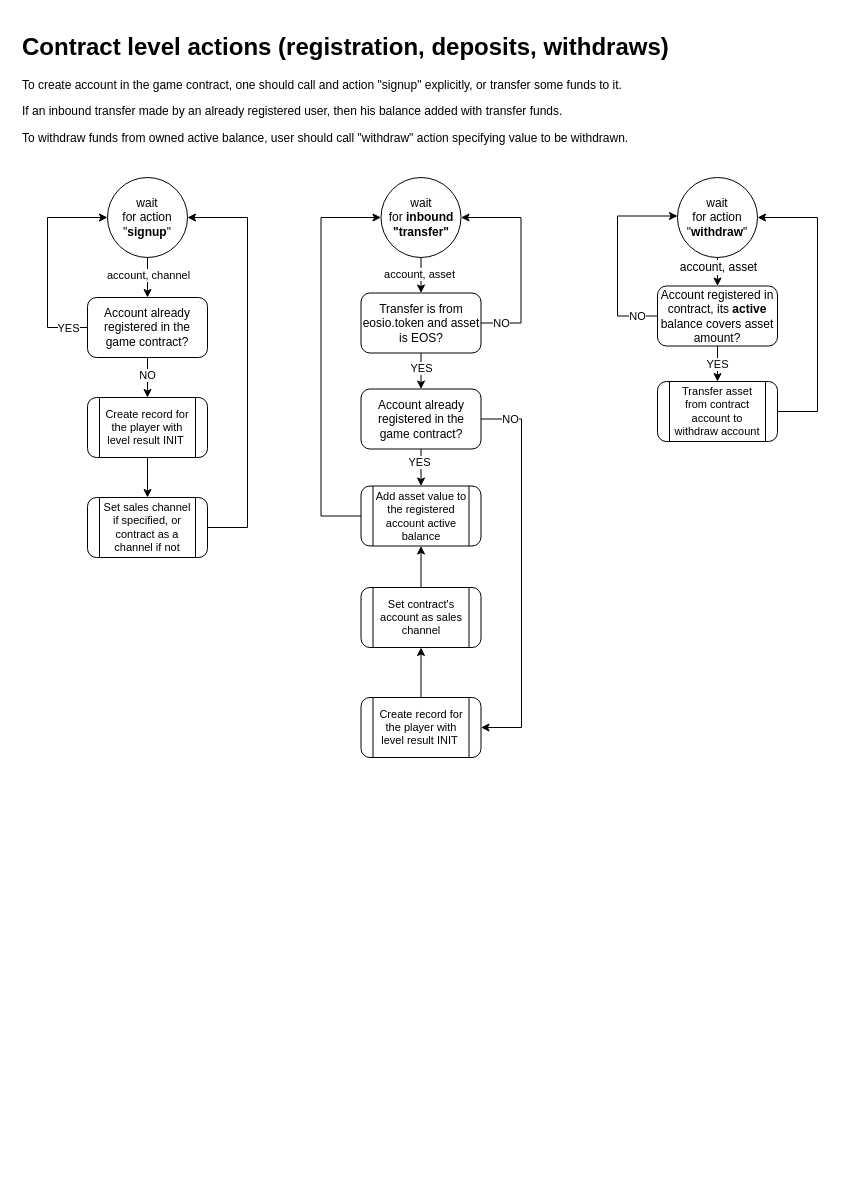
cptn-solo/woffler_contract keeps this draw.io diagram as page "contract" (3 of 14) of ia/WOFFLER IA.drawio. Above is the earlier version. Source tidied: cells renumbered, new cells numbered last; positions are measured from the earlier drawing's top-left corner, leaving out a move shared by most shapes. Both pictures are drawn from the tidied source at 100%, with x=0, y=0 at pixel (17, 27).
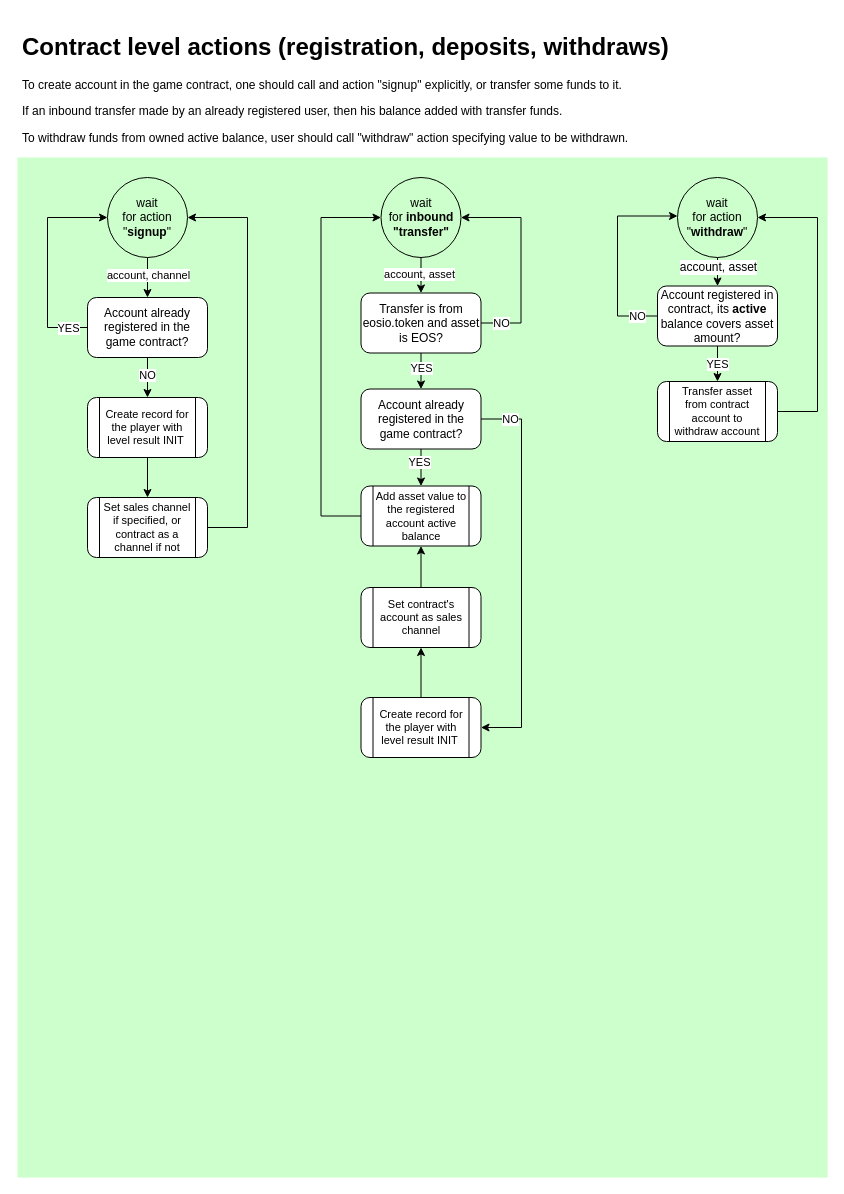
Above is the later version.

Change to the diagram source:
```diff
@@
+    <mxCell id="40" parent="0" />
+    <mxCell id="41" style="rounded=0;whiteSpace=wrap;html=1;rotation=0;strokeColor=none;fillColor=#CCFFCC;" parent="40" vertex="1">
+      <mxGeometry y="130" width="810" height="1020" as="geometry" />
+    </mxCell>
```
